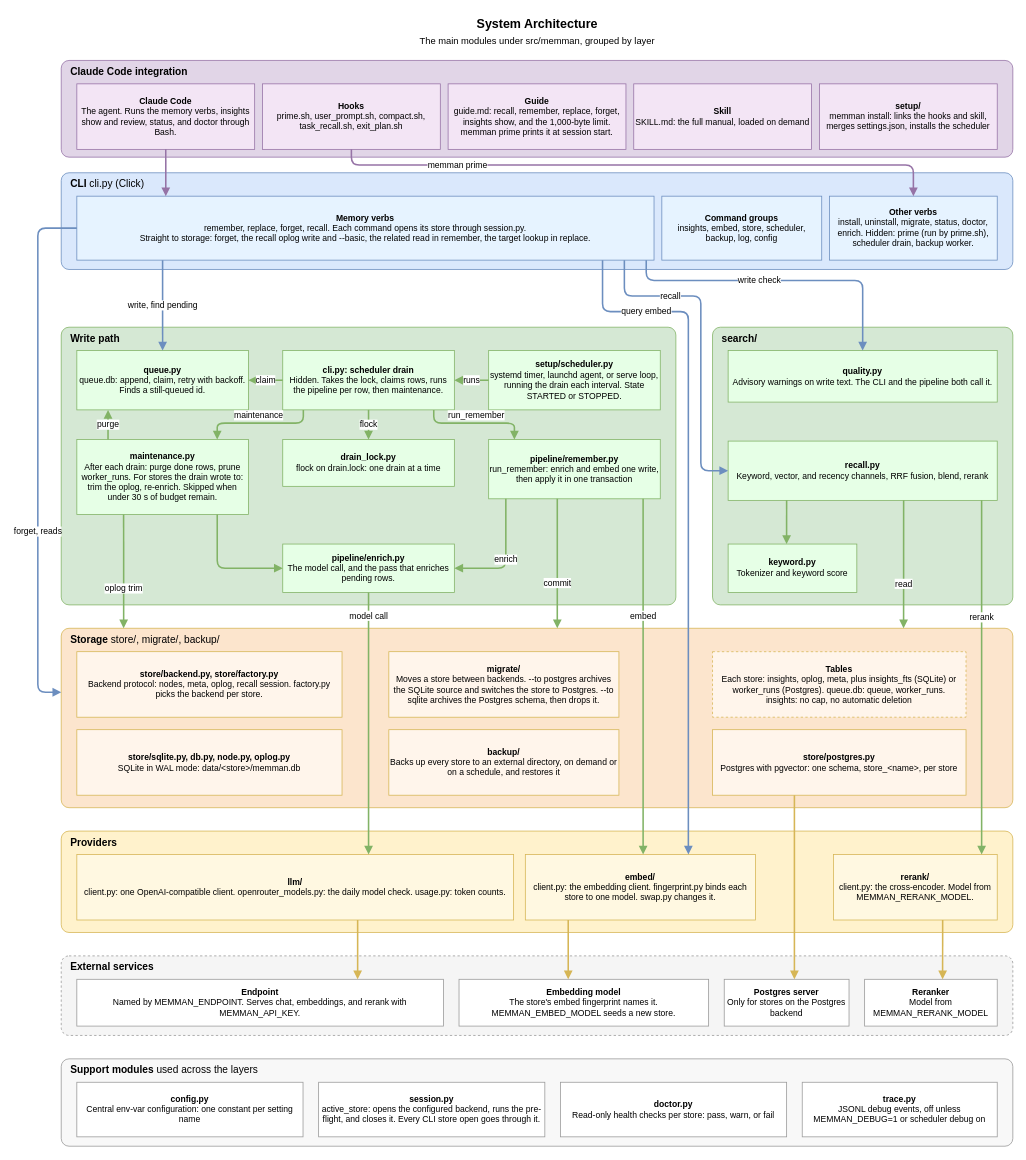
Before: docs/diagrams/02-system-architecture.drawio in bissli/memman, a draw.io diagram. Source tidied: cells renumbered, new cells numbered last; positions are measured from the earlier drawing's top-left corner, leaving out a move shared by most shapes. Both pictures are drawn from the tidied source at 78%, with x=0, y=0 at pixel (37, 13).
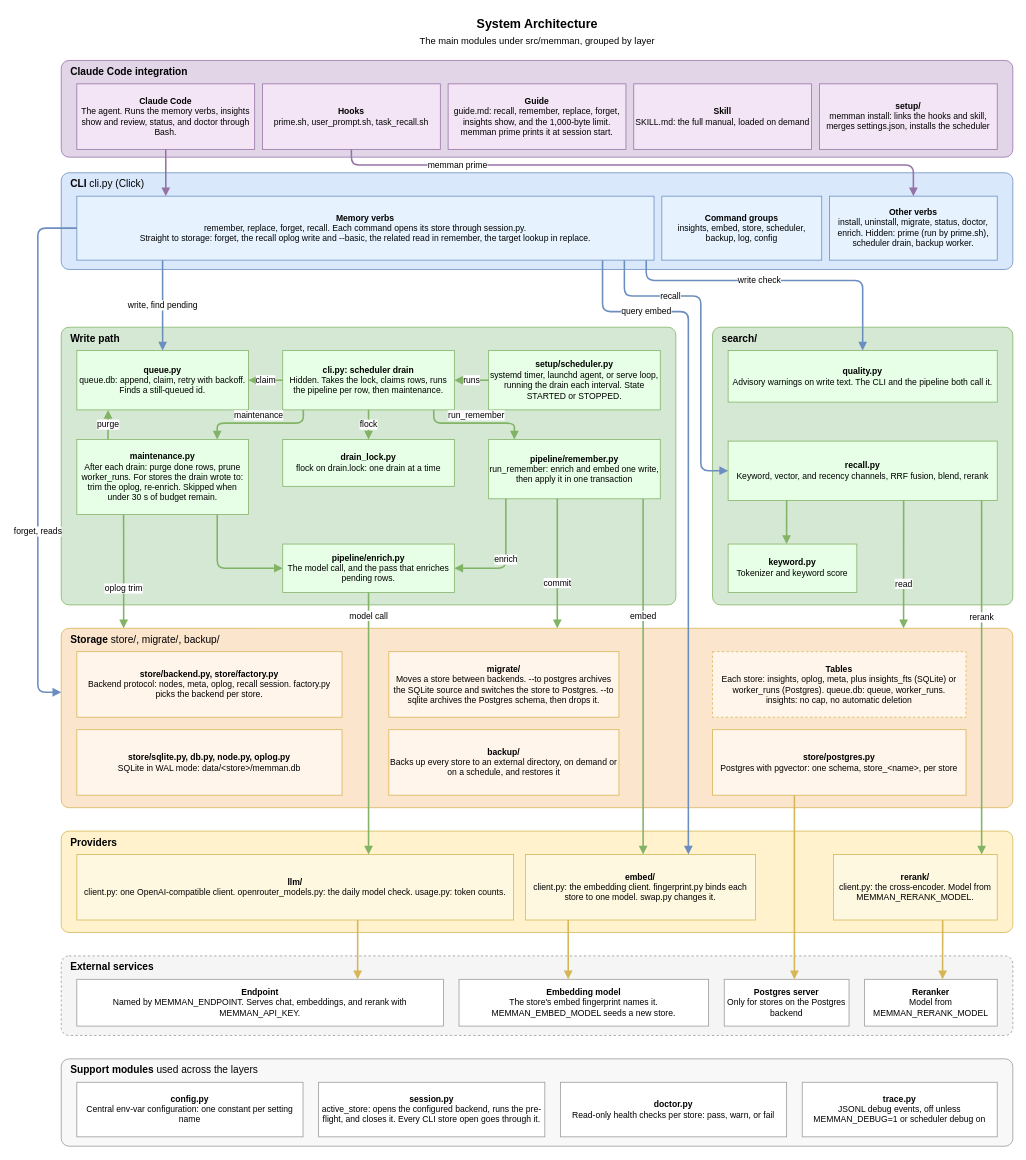
The same diagram, later.

Change to the diagram source:
```diff
@@
-    <mxCell id="5" value="&lt;b&gt;Hooks&lt;/b&gt;&lt;br&gt;prime.sh, user_prompt.sh, compact.sh, task_recall.sh, exit_plan.sh" style="rounded=0;whiteSpace=wrap;html=1;fontSize=11;fillColor=#F3E5F5;strokeColor=#9673a6;" parent="1" vertex="1">
+    <mxCell id="5" value="&lt;b&gt;Hooks&lt;/b&gt;&lt;br&gt;prime.sh, user_prompt.sh, task_recall.sh" style="rounded=0;whiteSpace=wrap;html=1;fontSize=11;fillColor=#F3E5F5;strokeColor=#9673a6;" parent="1" vertex="1">
       <mxGeometry x="288" y="90" width="228" height="84" as="geometry" />
     </mxCell>
```
